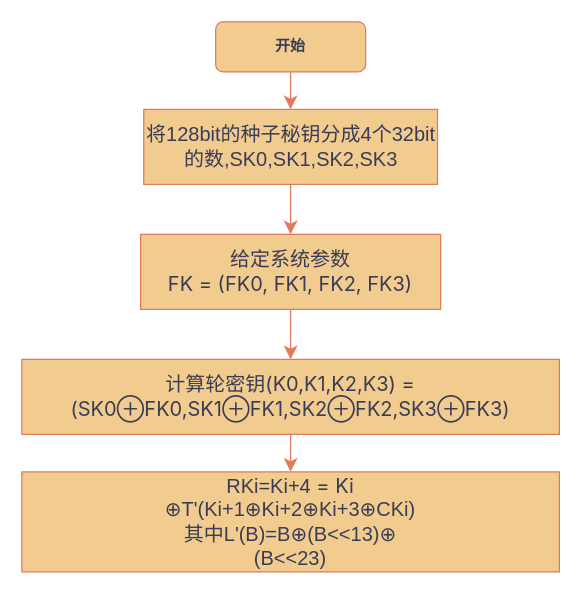
Before: SM4_key.drawio in asdlijinquan/-, a draw.io diagram. Source tidied: cells renumbered, new cells numbered last; positions are measured from the earlier drawing's top-left corner, leaving out a move shared by most shapes. Both pictures are drawn from the tidied source at 125%, with x=0, y=0 at pixel (21, 21).
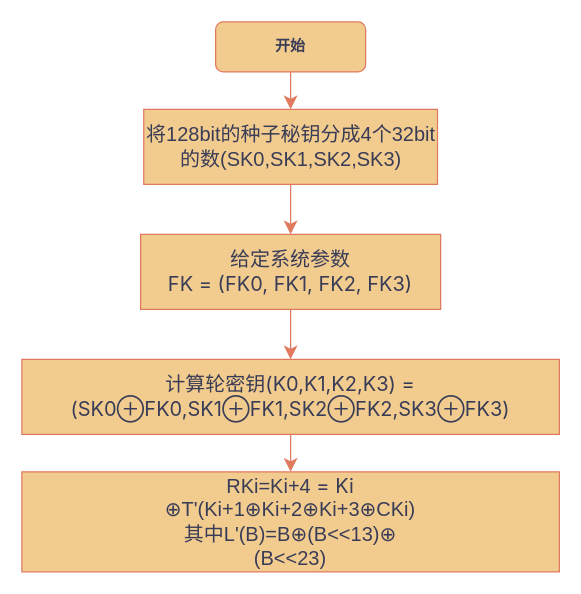
Above is the later version.

What changed in the source:
```diff
@@
 <mxGraphModel>
   <root>
     <mxCell id="0" />
     <mxCell id="1" parent="0" />
     <mxCell id="2" style="edgeStyle=none;curved=1;rounded=0;jettySize=auto;html=1;fontSize=12;startSize=8;endSize=8;labelBackgroundColor=none;strokeColor=#E07A5F;fontColor=default;" parent="1" edge="1" source="3" target="5">
       <mxGeometry relative="1" as="geometry" />
     </mxCell>
     <mxCell id="3" value="&lt;b&gt;开始&lt;/b&gt;" style="rounded=1;whiteSpace=wrap;html=1;fontSize=12;glass=0;strokeWidth=1;shadow=0;labelBackgroundColor=none;fillColor=#F2CC8F;strokeColor=#E07A5F;fontColor=#393C56;" parent="1" vertex="1">
       <mxGeometry x="155" width="120" height="40" as="geometry" />
     </mxCell>
     <mxCell id="4" style="edgeStyle=none;curved=1;rounded=0;jettySize=auto;html=1;fontSize=12;startSize=8;endSize=8;labelBackgroundColor=none;strokeColor=#E07A5F;fontColor=default;" parent="1" edge="1" source="5" target="8">
       <mxGeometry relative="1" as="geometry" />
     </mxCell>
-    <mxCell id="5" value="将128bit的种子秘钥分成4个32bit的数,SK0,SK1,SK2,SK3" style="rounded=0;whiteSpace=wrap;html=1;fontSize=16;labelBackgroundColor=none;fillColor=#F2CC8F;strokeColor=#E07A5F;fontColor=#393C56;" parent="1" vertex="1">
+    <mxCell id="5" value="将128bit的种子秘钥分成4个32bit的数(SK0,SK1,SK2,SK3)" style="rounded=0;whiteSpace=wrap;html=1;fontSize=16;labelBackgroundColor=none;fillColor=#F2CC8F;strokeColor=#E07A5F;fontColor=#393C56;" parent="1" vertex="1">
       <mxGeometry x="97.5" y="70" width="235" height="60" as="geometry" />
     </mxCell>
     <mxCell id="6" style="edgeStyle=none;curved=1;rounded=0;jettySize=auto;html=1;fontSize=12;startSize=8;endSize=8;labelBackgroundColor=none;strokeColor=#E07A5F;fontColor=default;" parent="1" edge="1" source="8">
       <mxGeometry relative="1" as="geometry">
         <mxPoint x="255" y="209" as="targetPoint" />
       </mxGeometry>
     </mxCell>
     <mxCell id="7" style="edgeStyle=none;curved=1;rounded=0;jettySize=auto;html=1;fontSize=12;startSize=8;endSize=8;labelBackgroundColor=none;strokeColor=#E07A5F;fontColor=default;" parent="1" edge="1" source="8" target="10">
       <mxGeometry relative="1" as="geometry" />
     </mxCell>
     <mxCell id="8" value="给定系统参数&lt;br style=&quot;-webkit-tap-highlight-color: rgba(0, 0, 0, 0); outline: none; box-sizing: border-box; font-family: -apple-system, &amp;quot;SF UI Text&amp;quot;, Arial, &amp;quot;PingFang SC&amp;quot;, &amp;quot;Hiragino Sans GB&amp;quot;, &amp;quot;Microsoft YaHei&amp;quot;, &amp;quot;WenQuanYi Micro Hei&amp;quot;, sans-serif, SimHei, SimSun; text-align: left; --darkreader-inline-outline: initial;&quot;&gt;&lt;span style=&quot;font-family: -apple-system, &amp;quot;SF UI Text&amp;quot;, Arial, &amp;quot;PingFang SC&amp;quot;, &amp;quot;Hiragino Sans GB&amp;quot;, &amp;quot;Microsoft YaHei&amp;quot;, &amp;quot;WenQuanYi Micro Hei&amp;quot;, sans-serif, SimHei, SimSun; text-align: left;&quot;&gt;FK = (FK0, FK1, FK2, FK3)&lt;/span&gt;" style="whiteSpace=wrap;html=1;fontSize=16;rounded=0;labelBackgroundColor=none;fillColor=#F2CC8F;strokeColor=#E07A5F;fontColor=#393C56;" parent="1" vertex="1">
       <mxGeometry x="95" y="170" width="240" height="60" as="geometry" />
     </mxCell>
     <mxCell id="9" style="edgeStyle=none;curved=1;rounded=0;jettySize=auto;html=1;fontSize=12;startSize=8;endSize=8;labelBackgroundColor=none;strokeColor=#E07A5F;fontColor=default;" parent="1" edge="1" source="10" target="11">
       <mxGeometry relative="1" as="geometry" />
     </mxCell>
     <mxCell id="10" value="计算轮密钥&lt;span style=&quot;font-family: -apple-system, &amp;quot;SF UI Text&amp;quot;, Arial, &amp;quot;PingFang SC&amp;quot;, &amp;quot;Hiragino Sans GB&amp;quot;, &amp;quot;Microsoft YaHei&amp;quot;, &amp;quot;WenQuanYi Micro Hei&amp;quot;, sans-serif, SimHei, SimSun; text-align: left;&quot;&gt;(K0,K1,K2,K3) = (SK0⊕FK0,SK1⊕FK1,SK2⊕FK2,SK3⊕FK3)&lt;/span&gt;" style="whiteSpace=wrap;html=1;fontSize=16;rounded=0;labelBackgroundColor=none;fillColor=#F2CC8F;strokeColor=#E07A5F;fontColor=#393C56;" parent="1" vertex="1">
       <mxGeometry y="270" width="430" height="60" as="geometry" />
     </mxCell>
     <mxCell id="11" value="&lt;div style=&quot;&quot;&gt;&lt;span style=&quot;--darkreader-inline-bgcolor: transparent; background-color: transparent;&quot;&gt;RKi=Ki+4&lt;/span&gt;&lt;span style=&quot;font-family: -apple-system, &amp;quot;SF UI Text&amp;quot;, Arial, &amp;quot;PingFang SC&amp;quot;, &amp;quot;Hiragino Sans GB&amp;quot;, &amp;quot;Microsoft YaHei&amp;quot;, &amp;quot;WenQuanYi Micro Hei&amp;quot;, sans-serif, SimHei, SimSun; --darkreader-inline-bgcolor: transparent; background-color: transparent;&quot;&gt; = Ki&lt;/span&gt;&lt;/div&gt;⊕T'(Ki+1⊕Ki+2⊕Ki+3⊕CKi)&lt;br&gt;其中L'(B)=B⊕(B&amp;lt;&amp;lt;13)⊕&lt;br&gt;(B&amp;lt;&amp;lt;23)" style="whiteSpace=wrap;html=1;fontSize=16;rounded=0;align=center;labelBackgroundColor=none;fillColor=#F2CC8F;strokeColor=#E07A5F;fontColor=#393C56;" parent="1" vertex="1">
       <mxGeometry y="360" width="430" height="80" as="geometry" />
     </mxCell>
   </root>
 </mxGraphModel>
```
